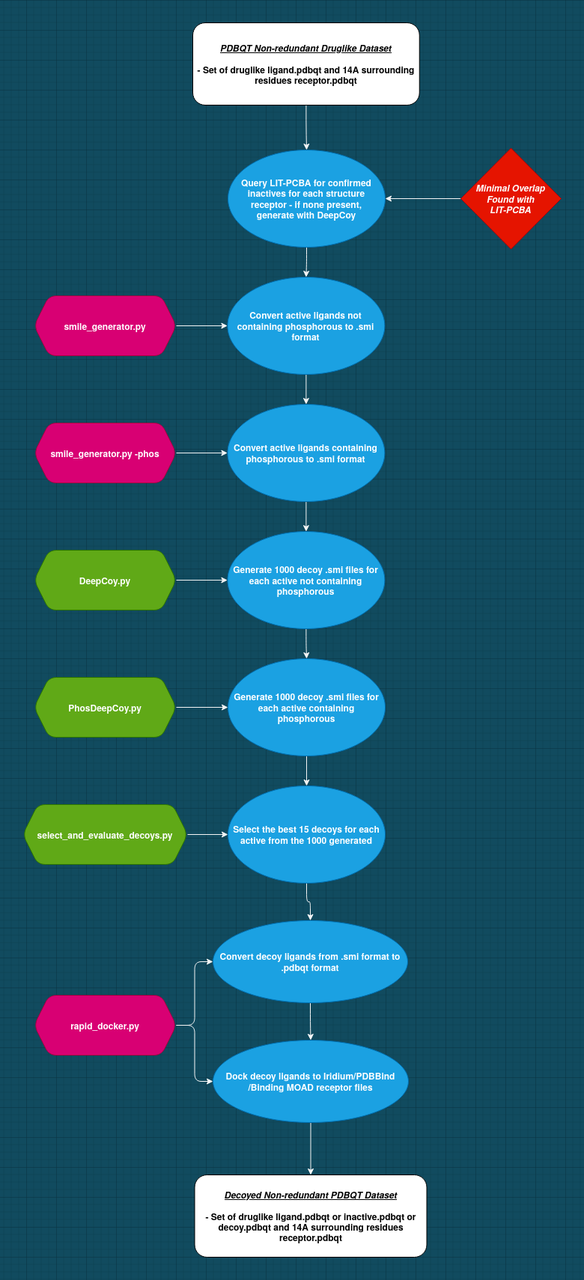
Above: labbook/Images/decoy_generation.png in miles-mcgibbon/XGBScore (draw.io), before the change. Source tidied: cells renumbered, new cells last; positions are measured from the earlier drawing's top-left corner, leaving out a move shared by most shapes.
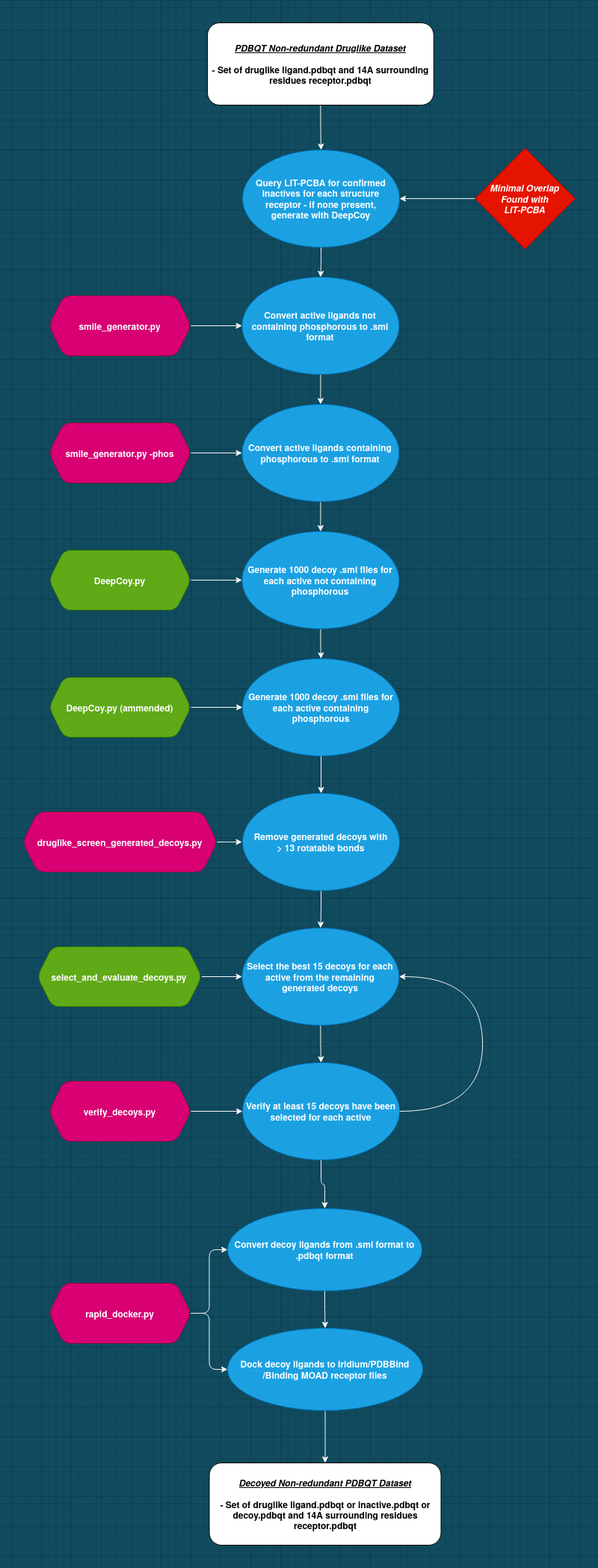
The same diagram one commit later.

Change to the diagram source:
```diff
@@ -9,19 +9,19 @@
       <mxGeometry x="274" y="170" width="210" height="130" as="geometry" />
     </mxCell>
     <mxCell id="4" value="&lt;div&gt;&lt;i&gt;&lt;u&gt;&lt;b&gt;Decoyed Non-redundant PDBQT Dataset&lt;/b&gt;&lt;/u&gt;&lt;/i&gt;&lt;/div&gt;&lt;div&gt;&lt;br&gt;&lt;/div&gt;&lt;div&gt;- Set of druglike ligand.pdbqt or inactive.pdbqt or decoy.pdbqt and 14A surrounding residues receptor.pdbqt&lt;/div&gt;" style="rounded=1;whiteSpace=wrap;html=1;sketch=0;fontStyle=1;" parent="1" vertex="1">
-      <mxGeometry x="229.5" y="1540" width="310" height="110" as="geometry" />
+      <mxGeometry x="229.5" y="1925" width="310" height="110" as="geometry" />
     </mxCell>
     <mxCell id="5" style="edgeStyle=orthogonalEdgeStyle;rounded=1;jettySize=auto;html=1;strokeColor=#FAFAFA;fontStyle=1;" parent="1" edge="1" source="6" target="8">
       <mxGeometry relative="1" as="geometry" />
     </mxCell>
     <mxCell id="6" value="Convert decoy ligands from .smi format to .pdbqt format" style="ellipse;whiteSpace=wrap;html=1;rounded=0;sketch=0;strokeColor=#006EAF;fillColor=#1ba1e2;fontColor=#ffffff;fontStyle=1;" parent="1" vertex="1">
-      <mxGeometry x="254" y="1200" width="260" height="110" as="geometry" />
+      <mxGeometry x="254" y="1585" width="260" height="110" as="geometry" />
     </mxCell>
     <mxCell id="7" style="edgeStyle=orthogonalEdgeStyle;curved=0;rounded=1;sketch=0;jettySize=auto;html=1;exitX=0.5;exitY=1;exitDx=0;exitDy=0;entryX=0.5;entryY=0;entryDx=0;entryDy=0;fillColor=#F45B69;fontColor=#E4FDE1;strokeColor=#FAFAFA;" parent="1" edge="1" source="8" target="4">
       <mxGeometry relative="1" as="geometry" />
     </mxCell>
     <mxCell id="8" value="Dock decoy ligands to Iridium/PDBBind/Binding MOAD receptor files" style="ellipse;whiteSpace=wrap;html=1;rounded=0;sketch=0;strokeColor=#006EAF;fillColor=#1ba1e2;fontColor=#ffffff;fontStyle=1;" parent="1" vertex="1">
-      <mxGeometry x="254" y="1360" width="261" height="110" as="geometry" />
+      <mxGeometry x="254" y="1745" width="261" height="110" as="geometry" />
     </mxCell>
     <mxCell id="9" style="edgeStyle=orthogonalEdgeStyle;rounded=1;jettySize=auto;html=1;entryX=0;entryY=0.5;entryDx=0;entryDy=0;strokeColor=#FAFAFA;" parent="1" edge="1" source="11" target="8">
       <mxGeometry relative="1" as="geometry" />
@@ -30,7 +30,7 @@
       <mxGeometry relative="1" as="geometry" />
     </mxCell>
     <mxCell id="11" value="rapid_docker.py" style="shape=hexagon;perimeter=hexagonPerimeter2;whiteSpace=wrap;html=1;fixedSize=1;rounded=1;fontStyle=1;strokeColor=#A50040;fillColor=#d80073;sketch=0;fontColor=#ffffff;" parent="1" vertex="1">
-      <mxGeometry x="15" y="1300" width="190" height="80" as="geometry" />
+      <mxGeometry x="15" y="1685" width="190" height="80" as="geometry" />
     </mxCell>
     <mxCell id="12" style="edgeStyle=orthogonalEdgeStyle;rounded=1;jettySize=auto;html=1;strokeColor=#F5F5F5;" parent="1" edge="1" source="13" target="3">
       <mxGeometry relative="1" as="geometry" />
@@ -74,9 +74,9 @@
     <mxCell id="25" value="Generate 1000 decoy .smi files for each active not containing phosphorous" style="ellipse;whiteSpace=wrap;html=1;rounded=0;sketch=0;strokeColor=#006EAF;fillColor=#1ba1e2;fontColor=#ffffff;fontStyle=1;" parent="1" vertex="1">
       <mxGeometry x="273.4" y="680" width="210" height="130" as="geometry" />
     </mxCell>
-    <mxCell id="26" style="edgeStyle=orthogonalEdgeStyle;rounded=1;jettySize=auto;html=1;strokeColor=#F5F5F5;" parent="1" edge="1" source="27" target="33">
-      <mxGeometry relative="1" as="geometry" />
-    </mxCell>
+    <mxCell id="36" style="edgeStyle=orthogonalEdgeStyle;rounded=0;jettySize=auto;html=1;strokeColor=#F7F7F7;" parent="1" edge="1" source="27" target="39">
+      <mxGeometry relative="1" as="geometry" />
+    </mxCell>
     <mxCell id="27" value="Generate 1000 decoy .smi files for each active containing phosphorous" style="ellipse;whiteSpace=wrap;html=1;rounded=0;sketch=0;strokeColor=#006EAF;fillColor=#1ba1e2;fontColor=#ffffff;fontStyle=1;" parent="1" vertex="1">
       <mxGeometry x="274" y="850" width="210" height="130" as="geometry" />
     </mxCell>
@@ -89,20 +89,54 @@
     <mxCell id="30" style="edgeStyle=orthogonalEdgeStyle;rounded=1;jettySize=auto;html=1;strokeColor=#F5F5F5;" parent="1" edge="1" source="31" target="27">
       <mxGeometry relative="1" as="geometry" />
     </mxCell>
-    <mxCell id="31" value="PhosDeepCoy.py" style="shape=hexagon;perimeter=hexagonPerimeter2;whiteSpace=wrap;html=1;fixedSize=1;rounded=1;fontStyle=1;strokeColor=#2D7600;fillColor=#60a917;sketch=0;fontColor=#ffffff;" parent="1" vertex="1">
+    <mxCell id="31" value="DeepCoy.py (ammended)" style="shape=hexagon;perimeter=hexagonPerimeter2;whiteSpace=wrap;html=1;fixedSize=1;rounded=1;fontStyle=1;strokeColor=#2D7600;fillColor=#60a917;sketch=0;fontColor=#ffffff;" parent="1" vertex="1">
       <mxGeometry x="15" y="875" width="190" height="80" as="geometry" />
     </mxCell>
-    <mxCell id="32" style="edgeStyle=orthogonalEdgeStyle;rounded=1;jettySize=auto;html=1;strokeColor=#F5F5F5;" parent="1" edge="1" source="33" target="6">
-      <mxGeometry relative="1" as="geometry" />
-    </mxCell>
+    <mxCell id="37" style="edgeStyle=orthogonalEdgeStyle;rounded=0;jettySize=auto;html=1;strokeColor=#F7F7F7;" parent="1" edge="1" source="33" target="44">
+      <mxGeometry relative="1" as="geometry" />
+    </mxCell>
-    <mxCell id="33" value="Select the best 15 decoys for each active from the 1000 generated" style="ellipse;whiteSpace=wrap;html=1;rounded=0;sketch=0;strokeColor=#006EAF;fillColor=#1ba1e2;fontColor=#ffffff;fontStyle=1;" parent="1" vertex="1">
-      <mxGeometry x="274" y="1020" width="210" height="130" as="geometry" />
+    <mxCell id="33" value="&lt;div&gt;Select the best 15 decoys for each active from the remaining &lt;br&gt;&lt;/div&gt;&lt;div&gt;generated decoys&lt;/div&gt;" style="ellipse;whiteSpace=wrap;html=1;rounded=0;sketch=0;strokeColor=#006EAF;fillColor=#1ba1e2;fontColor=#ffffff;fontStyle=1;" parent="1" vertex="1">
+      <mxGeometry x="273.4" y="1210" width="210" height="130" as="geometry" />
     </mxCell>
     <mxCell id="34" style="edgeStyle=orthogonalEdgeStyle;rounded=1;jettySize=auto;html=1;strokeColor=#F5F5F5;" parent="1" edge="1" source="35" target="33">
       <mxGeometry relative="1" as="geometry" />
     </mxCell>
     <mxCell id="35" value="select_and_evaluate_decoys.py" style="shape=hexagon;perimeter=hexagonPerimeter2;whiteSpace=wrap;html=1;fixedSize=1;rounded=1;fontStyle=1;strokeColor=#2D7600;fillColor=#60a917;sketch=0;fontColor=#ffffff;" parent="1" vertex="1">
-      <mxGeometry y="1045" width="220" height="80" as="geometry" />
+      <mxGeometry x="-0.6" y="1235" width="220" height="80" as="geometry" />
     </mxCell>
+    <mxCell id="38" style="edgeStyle=orthogonalEdgeStyle;rounded=0;jettySize=auto;html=1;strokeColor=#F7F7F7;" parent="1" edge="1" source="39" target="33">
+      <mxGeometry relative="1" as="geometry" />
+    </mxCell>
+    <mxCell id="39" value="&lt;div&gt;Remove generated decoys with &lt;br&gt;&lt;/div&gt;&lt;div&gt;&amp;gt; 13 rotatable bonds&lt;/div&gt;" style="ellipse;whiteSpace=wrap;html=1;rounded=0;sketch=0;strokeColor=#006EAF;fillColor=#1ba1e2;fontColor=#ffffff;fontStyle=1;" parent="1" vertex="1">
+      <mxGeometry x="274" y="1030" width="210" height="130" as="geometry" />
+    </mxCell>
+    <mxCell id="40" style="edgeStyle=orthogonalEdgeStyle;rounded=1;jettySize=auto;html=1;strokeColor=#F5F5F5;" parent="1" edge="1" source="41">
+      <mxGeometry relative="1" as="geometry">
+        <mxPoint x="273.4" y="1095" as="targetPoint" />
+      </mxGeometry>
+    </mxCell>
+    <mxCell id="41" value="druglike_screen_generated_decoys.py" style="shape=hexagon;perimeter=hexagonPerimeter2;whiteSpace=wrap;html=1;fixedSize=1;rounded=1;fontStyle=1;strokeColor=#A50040;fillColor=#d80073;sketch=0;fontColor=#ffffff;" parent="1" vertex="1">
+      <mxGeometry x="-20" y="1055" width="260" height="80" as="geometry" />
+    </mxCell>
+    <mxCell id="42" style="edgeStyle=orthogonalEdgeStyle;jettySize=auto;html=1;strokeColor=#F7F7F7;rounded=1;" parent="1" edge="1" source="44" target="6">
+      <mxGeometry relative="1" as="geometry" />
+    </mxCell>
+    <mxCell id="43" style="edgeStyle=orthogonalEdgeStyle;jettySize=auto;html=1;entryX=1;entryY=0.5;entryDx=0;entryDy=0;strokeColor=#F7F7F7;curved=1;exitX=1;exitY=0.5;exitDx=0;exitDy=0;" parent="1" edge="1" source="44" target="33">
+      <mxGeometry relative="1" as="geometry">
+        <Array as="points">
+          <mxPoint x="595" y="1455" />
+          <mxPoint x="595" y="1275" />
+        </Array>
+      </mxGeometry>
+    </mxCell>
+    <mxCell id="44" value="Verify at least 15 decoys have been selected for each active " style="ellipse;whiteSpace=wrap;html=1;rounded=0;sketch=0;strokeColor=#006EAF;fillColor=#1ba1e2;fontColor=#ffffff;fontStyle=1;" parent="1" vertex="1">
+      <mxGeometry x="274" y="1390" width="210" height="130" as="geometry" />
+    </mxCell>
+    <mxCell id="45" style="edgeStyle=orthogonalEdgeStyle;rounded=1;jettySize=auto;html=1;strokeColor=#F7F7F7;" parent="1" edge="1" source="46" target="44">
+      <mxGeometry relative="1" as="geometry" />
+    </mxCell>
+    <mxCell id="46" value="verify_decoys.py" style="shape=hexagon;perimeter=hexagonPerimeter2;whiteSpace=wrap;html=1;fixedSize=1;rounded=1;fontStyle=1;strokeColor=#A50040;fillColor=#d80073;sketch=0;fontColor=#ffffff;" parent="1" vertex="1">
+      <mxGeometry x="15" y="1415" width="190" height="80" as="geometry" />
+    </mxCell>
   </root>
 </mxGraphModel>
```
